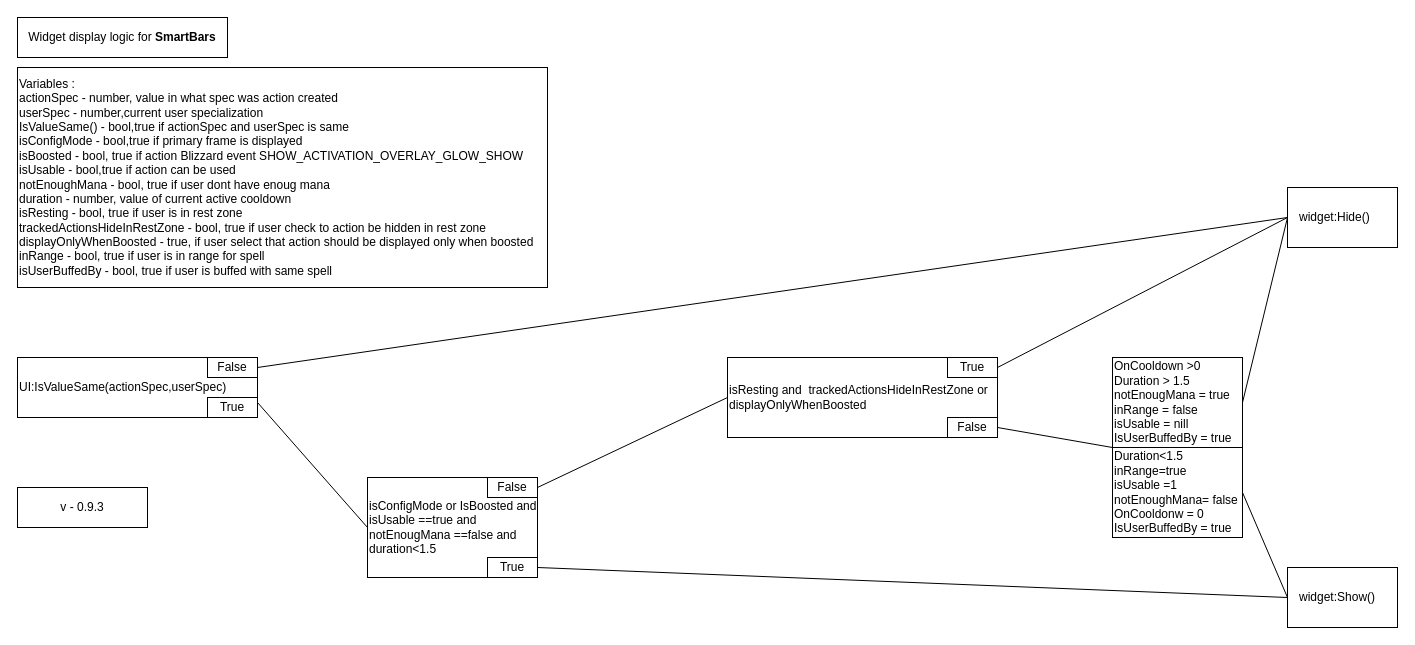
This is Diagrams/SmartBars_displayLogic.drawio from Beginnerstudios/Smartbars, a draw.io file, before an edit. Source tidied: cells renumbered, new cells numbered last; positions are measured from the earlier drawing's top-left corner, leaving out a move shared by most shapes. Both pictures are drawn from the tidied source at 100%, with x=0, y=0 at pixel (17, 17).
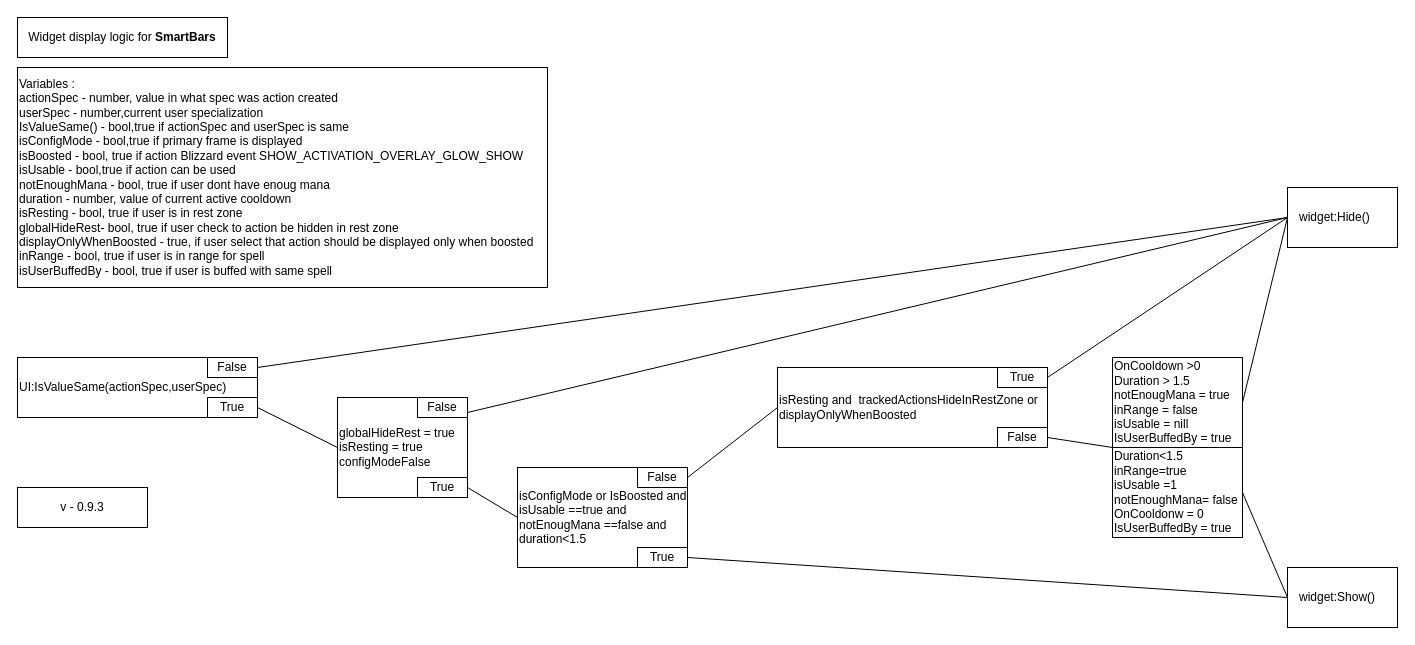
The same diagram, later.

The change refers to these unchanged cells:
```xml
<mxCell id="3" value="True" style="rounded=0;whiteSpace=wrap;html=1;" parent="1" vertex="1">
  <mxGeometry x="190" y="380" width="50" height="20" as="geometry" />
</mxCell>
```

Diff of the diagram source:
```diff
@@
     <mxCell id="5" value="isConfigMode or IsBoosted and isUsable ==true and notEnougMana ==false and duration&amp;lt;1.5" style="rounded=0;whiteSpace=wrap;html=1;align=left;" parent="1" vertex="1">
-      <mxGeometry x="350" y="460" width="170" height="100" as="geometry" />
+      <mxGeometry x="500" y="450" width="170" height="100" as="geometry" />
     </mxCell>
     <mxCell id="6" value="True" style="rounded=0;whiteSpace=wrap;html=1;" parent="1" vertex="1">
-      <mxGeometry x="470" y="540" width="50" height="20" as="geometry" />
+      <mxGeometry x="620" y="530" width="50" height="20" as="geometry" />
     </mxCell>
     <mxCell id="7" value="False" style="rounded=0;whiteSpace=wrap;html=1;" parent="1" vertex="1">
-      <mxGeometry x="470" y="460" width="50" height="20" as="geometry" />
+      <mxGeometry x="620" y="450" width="50" height="20" as="geometry" />
     </mxCell>
     <mxCell id="8" value="isResting and&amp;nbsp; trackedActionsHideInRestZone or displayOnlyWhenBoosted" style="rounded=0;whiteSpace=wrap;html=1;align=left;" parent="1" vertex="1">
-      <mxGeometry x="710" y="340" width="270" height="80" as="geometry" />
+      <mxGeometry x="760" y="350" width="270" height="80" as="geometry" />
     </mxCell>
     <mxCell id="9" value="True" style="rounded=0;whiteSpace=wrap;html=1;" parent="1" vertex="1">
-      <mxGeometry x="930" y="340" width="50" height="20" as="geometry" />
+      <mxGeometry x="980" y="350" width="50" height="20" as="geometry" />
     </mxCell>
     <mxCell id="10" value="False" style="rounded=0;whiteSpace=wrap;html=1;" parent="1" vertex="1">
-      <mxGeometry x="930" y="400" width="50" height="20" as="geometry" />
+      <mxGeometry x="980" y="410" width="50" height="20" as="geometry" />
     </mxCell>
-    <mxCell id="11" style="endArrow=none;html=1;exitX=1;exitY=0.25;exitDx=0;exitDy=0;entryX=0;entryY=0.5;entryDx=0;entryDy=0;" parent="1" edge="1" source="3" target="5">
+    <mxCell id="11" style="endArrow=none;html=1;exitX=1;exitY=0.5;exitDx=0;exitDy=0;entryX=0;entryY=0.5;entryDx=0;entryDy=0;" parent="1" edge="1" source="27" target="5">
       <mxGeometry relative="1" as="geometry" />
     </mxCell>
@@
-    <mxCell id="25" value="Variables :&lt;br&gt;actionSpec - number, value in what spec was action created&lt;br&gt;userSpec - number,current user specialization&lt;br&gt;IsValueSame() - bool,true if actionSpec and userSpec is same&lt;br&gt;isConfigMode - bool,true if primary frame is displayed&lt;br&gt;isBoosted - bool, true if action Blizzard event SHOW_ACTIVATION_OVERLAY_GLOW_SHOW&lt;br&gt;isUsable - bool,true if action can be used&lt;br&gt;notEnoughMana - bool, true if user dont have enoug mana&lt;br&gt;duration - number, value of current active cooldown&lt;br&gt;isResting - bool, true if user is in rest zone&lt;br&gt;trackedActionsHideInRestZone - bool, true if user check to action be hidden in rest zone&lt;br&gt;displayOnlyWhenBoosted - true, if user select that action should be displayed only when boosted&lt;br&gt;inRange - bool, true if user is in range for spell&lt;br&gt;isUserBuffedBy - bool, true if user is buffed with same spell" style="rounded=0;whiteSpace=wrap;html=1;align=left;" parent="1" vertex="1">
+    <mxCell id="25" value="Variables :&lt;br&gt;actionSpec - number, value in what spec was action created&lt;br&gt;userSpec - number,current user specialization&lt;br&gt;IsValueSame() - bool,true if actionSpec and userSpec is same&lt;br&gt;isConfigMode - bool,true if primary frame is displayed&lt;br&gt;isBoosted - bool, true if action Blizzard event SHOW_ACTIVATION_OVERLAY_GLOW_SHOW&lt;br&gt;isUsable - bool,true if action can be used&lt;br&gt;notEnoughMana - bool, true if user dont have enoug mana&lt;br&gt;duration - number, value of current active cooldown&lt;br&gt;isResting - bool, true if user is in rest zone&lt;br&gt;globalHideRest- bool, true if user check to action be hidden in rest zone&lt;br&gt;displayOnlyWhenBoosted - true, if user select that action should be displayed only when boosted&lt;br&gt;inRange - bool, true if user is in range for spell&lt;br&gt;isUserBuffedBy - bool, true if user is buffed with same spell" style="rounded=0;whiteSpace=wrap;html=1;align=left;" parent="1" vertex="1">
       <mxGeometry y="50" width="530" height="220" as="geometry" />
     </mxCell>
+    <mxCell id="26" value="globalHideRest = true&lt;br&gt;isResting = true&lt;br&gt;configModeFalse" style="rounded=0;whiteSpace=wrap;html=1;align=left;" parent="1" vertex="1">
+      <mxGeometry x="320" y="380" width="130" height="100" as="geometry" />
+    </mxCell>
+    <mxCell id="27" value="True" style="rounded=0;whiteSpace=wrap;html=1;" parent="1" vertex="1">
+      <mxGeometry x="400" y="460" width="50" height="20" as="geometry" />
+    </mxCell>
+    <mxCell id="28" value="False" style="rounded=0;whiteSpace=wrap;html=1;" parent="1" vertex="1">
+      <mxGeometry x="400" y="380" width="50" height="20" as="geometry" />
+    </mxCell>
+    <mxCell id="29" style="endArrow=none;html=1;exitX=1;exitY=0.75;exitDx=0;exitDy=0;" parent="1" edge="1" source="28">
+      <mxGeometry relative="1" as="geometry">
+        <mxPoint x="1270" y="200" as="targetPoint" />
+      </mxGeometry>
+    </mxCell>
+    <mxCell id="30" style="endArrow=none;html=1;entryX=1;entryY=0.5;entryDx=0;entryDy=0;entryPerimeter=0;exitX=0;exitY=0.5;exitDx=0;exitDy=0;" parent="1" edge="1" source="26" target="3">
+      <mxGeometry relative="1" as="geometry" />
+    </mxCell>
```
